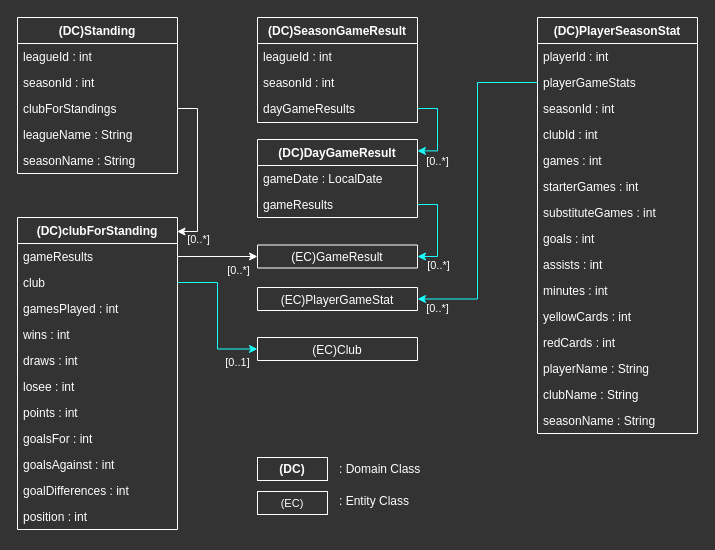
The draw.io diagram docs/io/class.drawio in AijiY/FootballStatsManagement, before the edit. Source tidied: cells renumbered, new cells numbered last; positions are measured from the earlier drawing's top-left corner, leaving out a move shared by most shapes. Both pictures are drawn from the tidied source at 100%, with x=0, y=0 at pixel (17, 17).
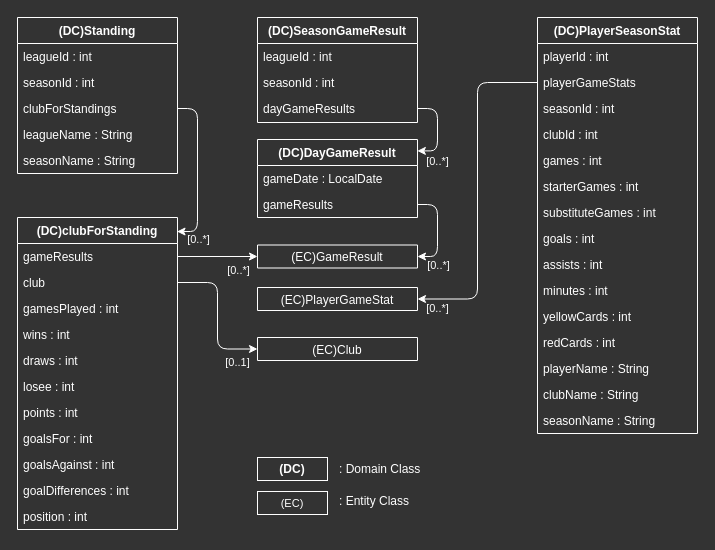
The same diagram, later.

The change refers to these unchanged cells:
```xml
<mxCell id="5" value="dayGameResults" style="text;align=left;verticalAlign=top;spacingLeft=4;spacingRight=4;overflow=hidden;points=[[0,0.5],[1,0.5]];portConstraint=eastwest;fontColor=#ffffff;" parent="2" vertex="1">
  <mxGeometry y="78" width="160" height="26" as="geometry" />
</mxCell>
<mxCell id="6" value="(DC)DayGameResult" style="swimlane;fontStyle=1;align=center;verticalAlign=top;horizontal=1;startSize=26;rounded=0;shadow=0;strokeWidth=1;fillColor=none;strokeColor=#ffffff;fontColor=#ffffff;" parent="1" vertex="1">
  <mxGeometry x="240" y="122" width="160" height="78" as="geometry" />
</mxCell>
<mxCell id="8" value="gameResults" style="text;align=left;verticalAlign=top;spacingLeft=4;spacingRight=4;overflow=hidden;points=[[0,0.5],[1,0.5]];portConstraint=eastwest;rounded=0;shadow=0;html=0;fontColor=#ffffff;" parent="6" vertex="1">
  <mxGeometry y="52" width="160" height="26" as="geometry" />
</mxCell>
<mxCell id="9" value="(EC)GameResult" style="swimlane;fontStyle=0;align=center;verticalAlign=middle;horizontal=1;startSize=26;rounded=0;shadow=0;strokeWidth=1;fillColor=none;strokeColor=#ffffff;fontColor=#ffffff;fontSize=12;" parent="1" vertex="1">
  <mxGeometry x="240" y="227.5" width="160" height="23" as="geometry" />
</mxCell>
<mxCell id="10" value="(EC)Club" style="swimlane;fontStyle=0;align=center;verticalAlign=middle;horizontal=1;startSize=26;rounded=0;shadow=0;strokeWidth=1;fillColor=none;strokeColor=#ffffff;fontColor=#ffffff;fontSize=12;" parent="1" vertex="1">
  <mxGeometry x="240" y="320" width="160" height="23" as="geometry" />
</mxCell>
<mxCell id="14" value="clubForStandings" style="text;align=left;verticalAlign=top;spacingLeft=4;spacingRight=4;overflow=hidden;points=[[0,0.5],[1,0.5]];portConstraint=eastwest;rounded=0;shadow=0;html=0;fontColor=#ffffff;" parent="11" vertex="1">
  <mxGeometry y="78" width="160" height="26" as="geometry" />
</mxCell>
<mxCell id="17" value="(DC)clubForStanding" style="swimlane;fontStyle=1;align=center;verticalAlign=top;horizontal=1;startSize=26;rounded=0;shadow=0;strokeWidth=1;fillColor=none;strokeColor=#ffffff;fontColor=#ffffff;" parent="1" vertex="1">
  <mxGeometry y="200" width="160" height="312" as="geometry" />
</mxCell>
<mxCell id="18" value="gameResults" style="text;align=left;verticalAlign=top;spacingLeft=4;spacingRight=4;overflow=hidden;points=[[0,0.5],[1,0.5]];portConstraint=eastwest;fontColor=#ffffff;" parent="17" vertex="1">
  <mxGeometry y="26" width="160" height="26" as="geometry" />
</mxCell>
<mxCell id="19" value="club" style="text;align=left;verticalAlign=top;spacingLeft=4;spacingRight=4;overflow=hidden;points=[[0,0.5],[1,0.5]];portConstraint=eastwest;rounded=0;shadow=0;html=0;fontColor=#ffffff;" parent="17" vertex="1">
  <mxGeometry y="52" width="160" height="26" as="geometry" />
</mxCell>
<mxCell id="31" value="playerGameStats" style="text;align=left;verticalAlign=top;spacingLeft=4;spacingRight=4;overflow=hidden;points=[[0,0.5],[1,0.5]];portConstraint=eastwest;rounded=0;shadow=0;html=0;fontColor=#ffffff;" parent="29" vertex="1">
  <mxGeometry y="52" width="160" height="26" as="geometry" />
</mxCell>
<mxCell id="45" value="(EC)PlayerGameStat" style="swimlane;fontStyle=0;align=center;verticalAlign=middle;horizontal=1;startSize=26;rounded=0;shadow=0;strokeWidth=1;fillColor=none;strokeColor=#ffffff;fontColor=#ffffff;fontSize=12;" parent="1" vertex="1">
  <mxGeometry x="240" y="270" width="160" height="23" as="geometry" />
</mxCell>
```

Diff of the diagram source:
```diff
@@
-    <mxCell id="46" style="edgeStyle=orthogonalEdgeStyle;rounded=0;jettySize=auto;html=1;exitX=1;exitY=0.5;exitDx=0;exitDy=0;entryX=0;entryY=0.5;entryDx=0;entryDy=0;fontColor=#ffffff;strokeColor=#ffffff;" parent="1" edge="1" source="18" target="9">
+    <mxCell id="46" style="edgeStyle=orthogonalEdgeStyle;rounded=1;jettySize=auto;html=1;exitX=1;exitY=0.5;exitDx=0;exitDy=0;entryX=0;entryY=0.5;entryDx=0;entryDy=0;fontColor=#ffffff;strokeColor=#ffffff;curved=0;" parent="1" edge="1" source="18" target="9">
       <mxGeometry relative="1" as="geometry" />
     </mxCell>
@@
-    <mxCell id="48" style="edgeStyle=orthogonalEdgeStyle;rounded=0;jettySize=auto;html=1;exitX=1;exitY=0.5;exitDx=0;exitDy=0;entryX=0;entryY=0.5;entryDx=0;entryDy=0;fontColor=#ffffff;strokeColor=#19ffff;" parent="1" edge="1" source="19" target="10">
+    <mxCell id="48" style="edgeStyle=orthogonalEdgeStyle;rounded=1;jettySize=auto;html=1;exitX=1;exitY=0.5;exitDx=0;exitDy=0;entryX=0;entryY=0.5;entryDx=0;entryDy=0;fontColor=#ffffff;strokeColor=#ffffff;curved=0;" parent="1" edge="1" source="19" target="10">
       <mxGeometry relative="1" as="geometry" />
     </mxCell>
@@
-    <mxCell id="50" style="edgeStyle=orthogonalEdgeStyle;rounded=0;jettySize=auto;html=1;exitX=0;exitY=0.5;exitDx=0;exitDy=0;entryX=1;entryY=0.5;entryDx=0;entryDy=0;fontColor=#ffffff;strokeColor=#19ffff;" parent="1" edge="1" source="31" target="45">
+    <mxCell id="50" style="edgeStyle=orthogonalEdgeStyle;rounded=1;jettySize=auto;html=1;exitX=0;exitY=0.5;exitDx=0;exitDy=0;entryX=1;entryY=0.5;entryDx=0;entryDy=0;fontColor=#ffffff;strokeColor=#FFFFFF;curved=0;" parent="1" edge="1" source="31" target="45">
       <mxGeometry relative="1" as="geometry" />
     </mxCell>
@@
-    <mxCell id="52" style="edgeStyle=orthogonalEdgeStyle;rounded=0;jettySize=auto;html=1;exitX=1;exitY=0.5;exitDx=0;exitDy=0;entryX=1;entryY=0.5;entryDx=0;entryDy=0;fontColor=#ffffff;strokeColor=#19ffff;" parent="1" edge="1" source="8" target="9">
+    <mxCell id="52" style="edgeStyle=orthogonalEdgeStyle;rounded=1;jettySize=auto;html=1;exitX=1;exitY=0.5;exitDx=0;exitDy=0;entryX=1;entryY=0.5;entryDx=0;entryDy=0;fontColor=#ffffff;strokeColor=#FFFFFF;curved=0;" parent="1" edge="1" source="8" target="9">
       <mxGeometry relative="1" as="geometry" />
     </mxCell>
@@
-    <mxCell id="54" style="edgeStyle=orthogonalEdgeStyle;rounded=0;jettySize=auto;html=1;exitX=1;exitY=0.5;exitDx=0;exitDy=0;entryX=0.999;entryY=0.146;entryDx=0;entryDy=0;entryPerimeter=0;fontColor=#ffffff;strokeColor=#19ffff;" parent="1" edge="1" source="5" target="6">
+    <mxCell id="54" style="edgeStyle=orthogonalEdgeStyle;rounded=1;jettySize=auto;html=1;exitX=1;exitY=0.5;exitDx=0;exitDy=0;entryX=0.999;entryY=0.146;entryDx=0;entryDy=0;entryPerimeter=0;fontColor=#ffffff;strokeColor=#FFFFFF;curved=0;" parent="1" edge="1" source="5" target="6">
       <mxGeometry relative="1" as="geometry" />
     </mxCell>
@@
-    <mxCell id="56" style="edgeStyle=orthogonalEdgeStyle;rounded=0;jettySize=auto;html=1;exitX=1;exitY=0.5;exitDx=0;exitDy=0;entryX=0.997;entryY=0.045;entryDx=0;entryDy=0;entryPerimeter=0;fontColor=#ffffff;strokeColor=#ffffff;" parent="1" edge="1" source="14" target="17">
+    <mxCell id="56" style="edgeStyle=orthogonalEdgeStyle;rounded=1;jettySize=auto;html=1;exitX=1;exitY=0.5;exitDx=0;exitDy=0;entryX=0.997;entryY=0.045;entryDx=0;entryDy=0;entryPerimeter=0;fontColor=#ffffff;strokeColor=#ffffff;curved=0;" parent="1" edge="1" source="14" target="17">
       <mxGeometry relative="1" as="geometry" />
     </mxCell>
```
